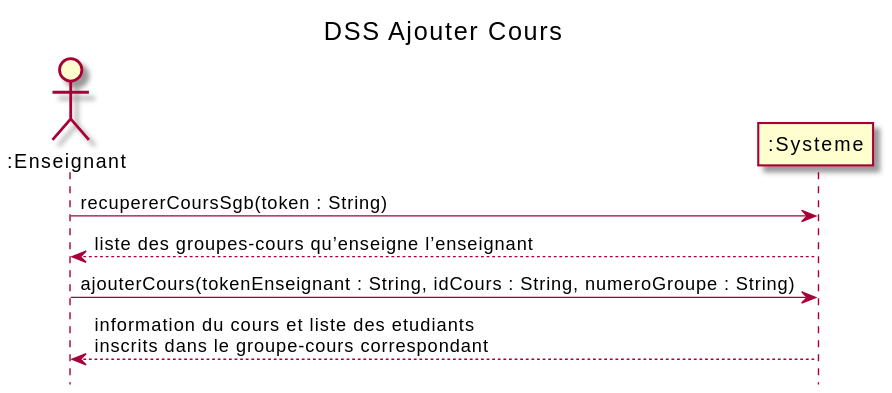
Above: out/docs/Ajouter cours/DSS_Ajouter_Cours/DSS_Ajouter_Cours_Succes.svg in nerdz88/SGA-TS (PlantUML), before the change. Source of this version:
```plantuml
@startuml
title DSS Ajouter Cours
hide footbox
actor ":Enseignant" as prof
participant ":Systeme" as sys

prof -> sys : recupererCoursSgb(token : String)
sys --> prof : liste des groupes-cours qu’enseigne l’enseignant
prof -> sys : ajouterCours(tokenEnseignant : String, idCours : String, numeroGroupe : String)
sys --> prof : information du cours et liste des etudiants\ninscrits dans le groupe-cours correspondant
@enduml
```
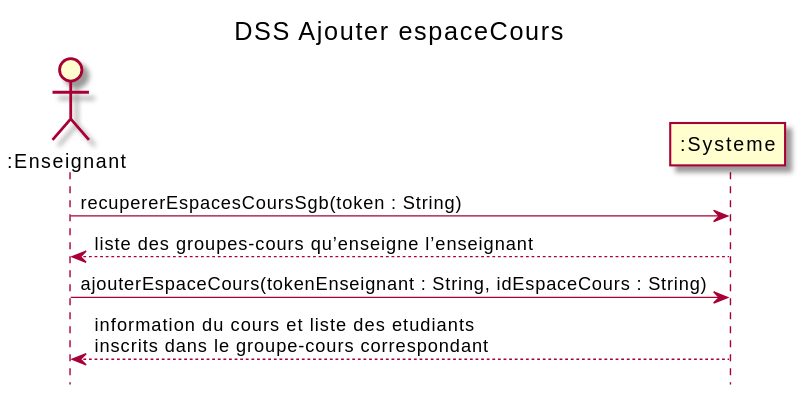
Later version of the same file.

Diff of the diagram source:
```diff
@@ -1,11 +1,11 @@
 @startuml
-title DSS Ajouter Cours
+title DSS Ajouter espaceCours
 hide footbox
 actor ":Enseignant" as prof
 participant ":Systeme" as sys
 
-prof -> sys : recupererCoursSgb(token : String)
+prof -> sys : recupererEspacesCoursSgb(token : String)
 sys --> prof : liste des groupes-cours qu’enseigne l’enseignant
-prof -> sys : ajouterCours(tokenEnseignant : String, idCours : String, numeroGroupe : String)
+prof -> sys : ajouterEspaceCours(tokenEnseignant : String, idEspaceCours : String)
 sys --> prof : information du cours et liste des etudiants\ninscrits dans le groupe-cours correspondant
 @enduml
```
